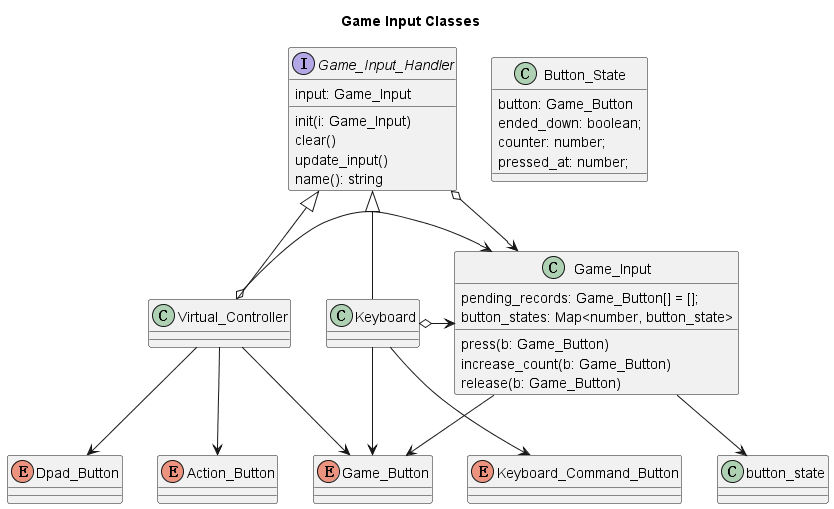
This is notes/Game_Input.png from point23/poly-the-shape-of-everything, a PlantUML export, as it was before one commit.
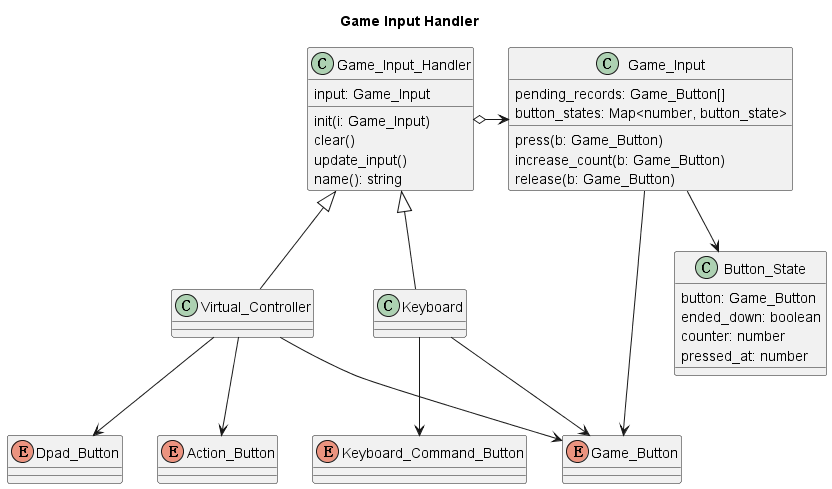
Later version of the same file.

The edit, as a diff of the source:
```diff
@@ -1,23 +1,22 @@
 @startuml
-
-title Game Input Classes
+title Game Input Handler
 
 class Button_State {
     button: Game_Button
-    ended_down: boolean;
-    counter: number;
-    pressed_at: number;
+    ended_down: boolean
+    counter: number
+    pressed_at: number
 }
 
 class Game_Input {
-    pending_records: Game_Button[] = [];
+    pending_records: Game_Button[]
     button_states: Map<number, button_state>
     press(b: Game_Button)
     increase_count(b: Game_Button)
     release(b: Game_Button)
 }
 
-interface Game_Input_Handler {
+class Game_Input_Handler {
     input: Game_Input
     init(i: Game_Input)
     clear()
@@ -36,14 +35,12 @@
 Virtual_Controller --> Game_Button
 Virtual_Controller --> Dpad_Button
 Virtual_Controller --> Action_Button
-Virtual_Controller o-> Game_Input
 
 Keyboard --> Game_Button
 Keyboard --> Keyboard_Command_Button
-Keyboard o-> Game_Input
 
 Game_Input_Handler o-> Game_Input
 
-Game_Input --> button_state
+Game_Input --> Button_State
 Game_Input --> Game_Button
 @enduml
```
